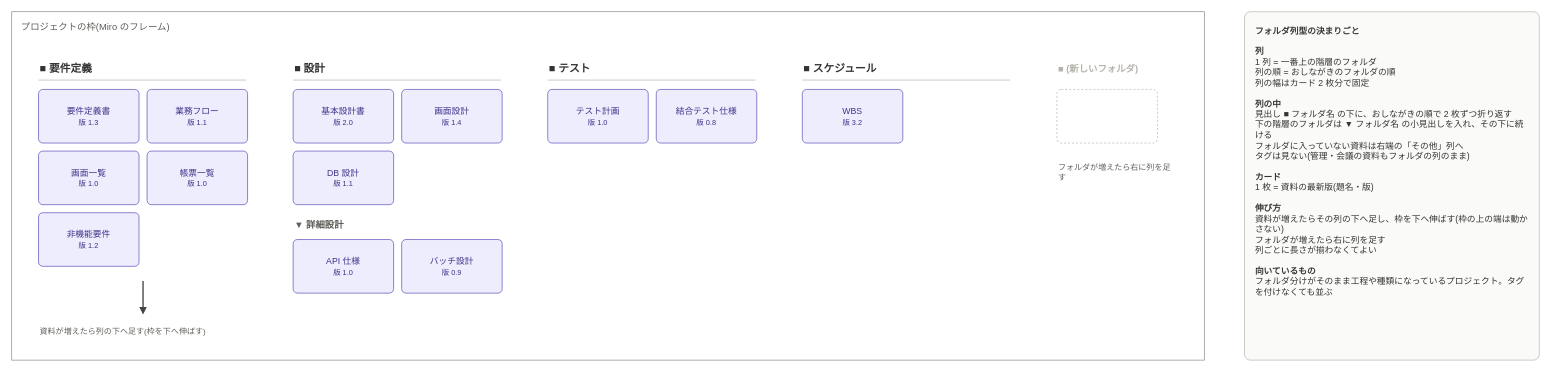
This is page "採用: フォルダ列型" (1 of 12) of docs/miro-layouts/miro-layouts.drawio from EARCE9000/document-manager, a draw.io file, before an edit. Source tidied: cells renumbered, new cells numbered last; positions are measured from the earlier drawing's top-left corner, leaving out a move shared by most shapes. Both pictures are drawn from the tidied source at 67%, with x=0, y=0 at pixel (11, 11).
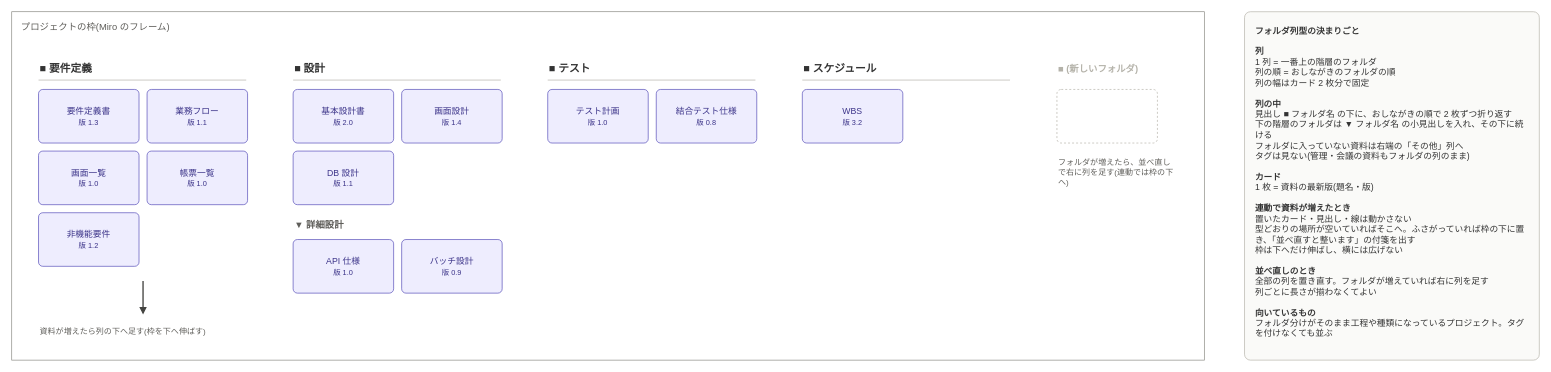
The same page after the edit.

The edit, as a diff of the source:
```diff
@@
-    <mxCell id="29" value="フォルダが増えたら右に列を足す" style="text;html=1;align=left;verticalAlign=middle;whiteSpace=wrap;fontSize=12;fontStyle=0;fontColor=#5F5E5A;" parent="1" vertex="1">
+    <mxCell id="29" value="フォルダが増えたら、並べ直しで右に列を足す(連動では枠の下へ)" style="text;html=1;align=left;verticalAlign=middle;whiteSpace=wrap;fontSize=12;fontStyle=0;fontColor=#5F5E5A;" parent="1" vertex="1">
       <mxGeometry x="1560" y="210" width="180" height="60" as="geometry" />
     </mxCell>
-    <mxCell id="30" value="&lt;b&gt;フォルダ列型の決まりごと&lt;/b&gt;&lt;br&gt;&lt;br&gt;&lt;b&gt;列&lt;/b&gt;&lt;br&gt;1 列 = 一番上の階層のフォルダ&lt;br&gt;列の順 = おしながきのフォルダの順&lt;br&gt;列の幅はカード 2 枚分で固定&lt;br&gt;&lt;br&gt;&lt;b&gt;列の中&lt;/b&gt;&lt;br&gt;見出し ■ フォルダ名 の下に、おしながきの順で 2 枚ずつ折り返す&lt;br&gt;下の階層のフォルダは ▼ フォルダ名 の小見出しを入れ、その下に続ける&lt;br&gt;フォルダに入っていない資料は右端の「その他」列へ&lt;br&gt;タグは見ない(管理・会議の資料もフォルダの列のまま)&lt;br&gt;&lt;br&gt;&lt;b&gt;カード&lt;/b&gt;&lt;br&gt;1 枚 = 資料の最新版(題名・版)&lt;br&gt;&lt;br&gt;&lt;b&gt;伸び方&lt;/b&gt;&lt;br&gt;資料が増えたらその列の下へ足し、枠を下へ伸ばす(枠の上の端は動かさない)&lt;br&gt;フォルダが増えたら右に列を足す&lt;br&gt;列ごとに長さが揃わなくてよい&lt;br&gt;&lt;br&gt;&lt;b&gt;向いているもの&lt;/b&gt;&lt;br&gt;フォルダ分けがそのまま工程や種類になっているプロジェクト。タグを付けなくても並ぶ" style="rounded=1;arcSize=2;whiteSpace=wrap;html=1;align=left;verticalAlign=top;spacing=16;fillColor=#FAFAF8;strokeColor=#B4B2A9;fontSize=13;fontColor=#333333;" parent="1" vertex="1">
+    <mxCell id="30" value="&lt;b&gt;フォルダ列型の決まりごと&lt;/b&gt;&lt;br&gt;&lt;br&gt;&lt;b&gt;列&lt;/b&gt;&lt;br&gt;1 列 = 一番上の階層のフォルダ&lt;br&gt;列の順 = おしながきのフォルダの順&lt;br&gt;列の幅はカード 2 枚分で固定&lt;br&gt;&lt;br&gt;&lt;b&gt;列の中&lt;/b&gt;&lt;br&gt;見出し ■ フォルダ名 の下に、おしながきの順で 2 枚ずつ折り返す&lt;br&gt;下の階層のフォルダは ▼ フォルダ名 の小見出しを入れ、その下に続ける&lt;br&gt;フォルダに入っていない資料は右端の「その他」列へ&lt;br&gt;タグは見ない(管理・会議の資料もフォルダの列のまま)&lt;br&gt;&lt;br&gt;&lt;b&gt;カード&lt;/b&gt;&lt;br&gt;1 枚 = 資料の最新版(題名・版)&lt;br&gt;&lt;br&gt;&lt;b&gt;連動で資料が増えたとき&lt;/b&gt;&lt;br&gt;置いたカード・見出し・線は動かさない&lt;br&gt;型どおりの場所が空いていればそこへ。ふさがっていれば枠の下に置き、「並べ直すと整います」の付箋を出す&lt;br&gt;枠は下へだけ伸ばし、横には広げない&lt;br&gt;&lt;br&gt;&lt;b&gt;並べ直しのとき&lt;/b&gt;&lt;br&gt;全部の列を置き直す。フォルダが増えていれば右に列を足す&lt;br&gt;列ごとに長さが揃わなくてよい&lt;br&gt;&lt;br&gt;&lt;b&gt;向いているもの&lt;/b&gt;&lt;br&gt;フォルダ分けがそのまま工程や種類になっているプロジェクト。タグを付けなくても並ぶ" style="rounded=1;arcSize=2;whiteSpace=wrap;html=1;align=left;verticalAlign=top;spacing=16;fillColor=#FAFAF8;strokeColor=#B4B2A9;fontSize=13;fontColor=#333333;" parent="1" vertex="1">
       <mxGeometry x="1840" width="440" height="520" as="geometry" />
     </mxCell>
```
